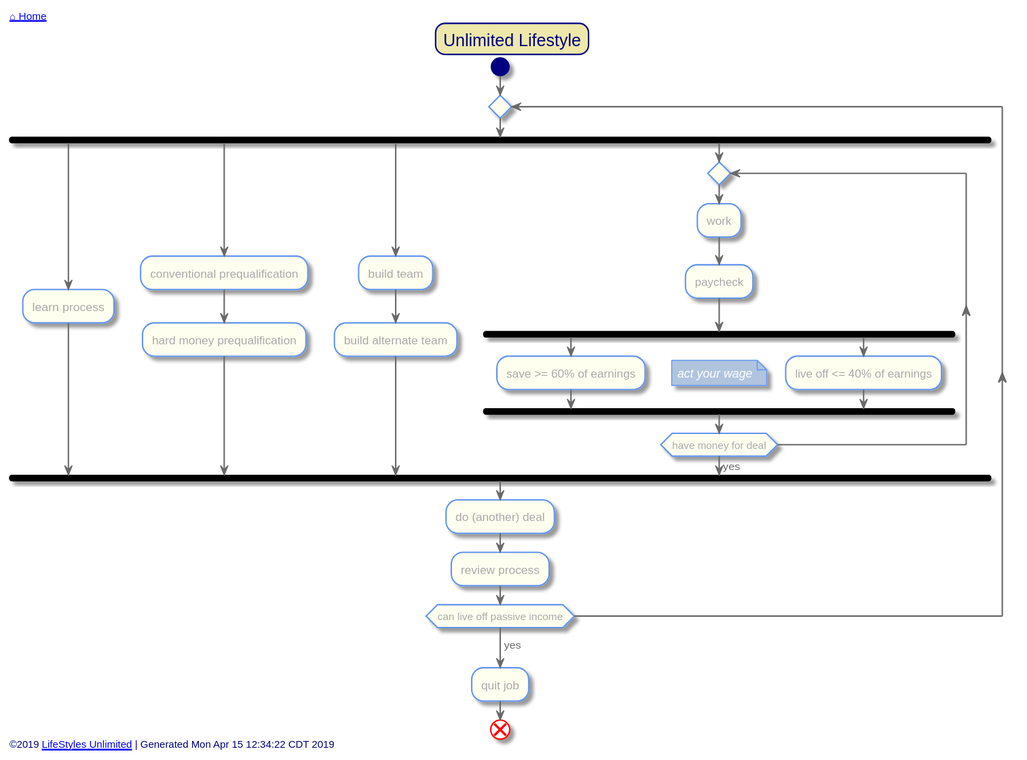
toddmo/lifestylesunlimited keeps this PlantUML diagram as out/src/unlimited-lifestyle/index.svg. Above is the earlier version.
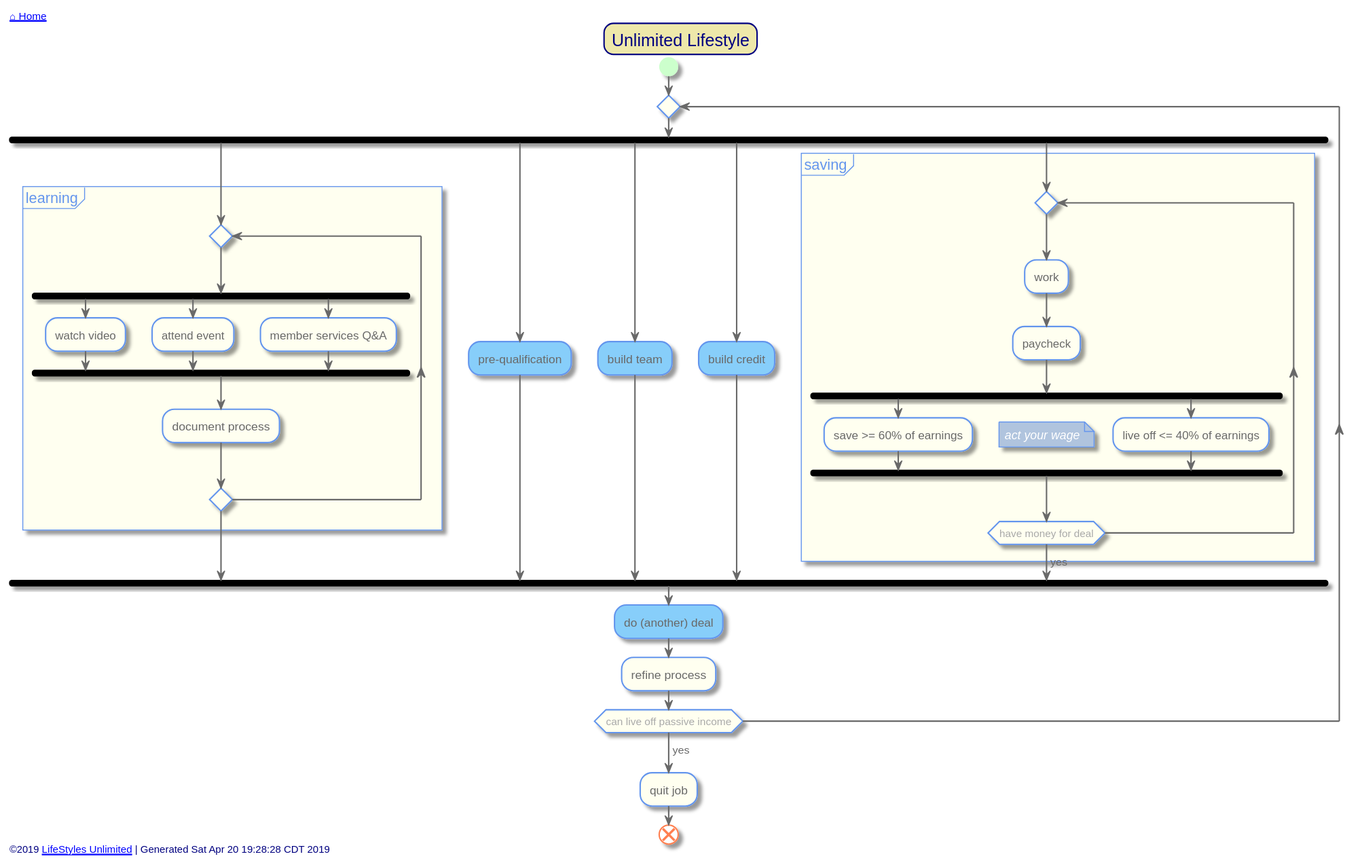
After the change.

Diff of the diagram source:
```diff
@@ -16,7 +16,8 @@
 skinparam activity {
   BackgroundColor Ivory
   BorderColor CornflowerBlue
-  FontColor DarkGray
+  FontColor DimGray
+
 
   Arrow {
     Color dimgray
@@ -24,11 +25,11 @@
   }
 
   Start {
-    Color Navy
+    Color PHYSICAL
   }
 
   End {
-    Color Red
+    Color Coral
   }
 
   Diamond {
@@ -46,13 +47,21 @@
 }
 
 skinparam Partition {
-  BackgroundColor DarkSeaGreen
+  BackgroundColor Ivory
   BorderColor CornflowerBlue
   BorderThickness 1
+  FontColor CornflowerBlue
+  FontSize 16
+  BorderRoundCorner 20
+}
+
+skinparam Note {
+  BackgroundColor LightSteelBlue
+  BorderColor CornflowerBlue
   FontColor White
-  FontSize 16
 }
-skinparam Note {
+
+skinparam Legend {
   BackgroundColor LightSteelBlue
   BorderColor CornflowerBlue
   FontColor White
@@ -75,29 +84,43 @@
 		repeat
 
 			fork
-				:learn process;
+				partition learning {
+					repeat
+						fork
+							:watch video;
+						fork again
+							:attend event;
+						fork again
+							:member services Q&A;
+						end fork
+						:document process;
+					repeat while ()
+				}
 			fork again
-				:conventional prequalification;
-				:hard money prequalification;
+				[[../single-family/pre-qualification.svg?sanitize=true]]#LightSkyBlue:pre-qualification;
+
 			fork again
-				:build team;
-				:build alternate team;
+				[[../single-family/team-building.svg?sanitize=true]]#LightSkyBlue:build team;
 			fork again
-				repeat
-					:work;
-					:paycheck;
-					fork
-					:save >= 60% of earnings;
-					fork again
-					:live off <= 40% of earnings;
-					floating note left:<i>act your wage
-					end fork
+				[[credit-cards.svg?sanitize=true]]#LightSkyBlue:build credit;
+			fork again
+				partition saving {
+					repeat
+						:work;
+						:paycheck;
+						fork
+							:save >= 60% of earnings;
+						fork again
+							:live off <= 40% of earnings;
+							floating note left:<i>act your wage
+						end fork
 
-				repeat while (have money for deal)
-				->yes;
+					repeat while (have money for deal)
+					->yes;
+				}
 			end fork
-			:do (another) deal;
-			:review process;
+			[[../single-family/single-family-deal.svg?sanitize=true]]#LightSkyBlue:do (another) deal;
+			:refine process;
 		repeat while (can live off passive income)
 		->yes;
 		:quit job;
@@ -106,8 +129,9 @@
 
 	end
 
+
 left footer
-	©2019 [[http://www.lifestylesunlimited.com LifeStyles Unlimited]] | Generated Mon Apr 15 12:34:22 CDT 2019
+	©2019 [[http://www.lifestylesunlimited.com LifeStyles Unlimited]] | Generated Sat Apr 20 19:28:28 CDT 2019
 endfooter
 
 
```
